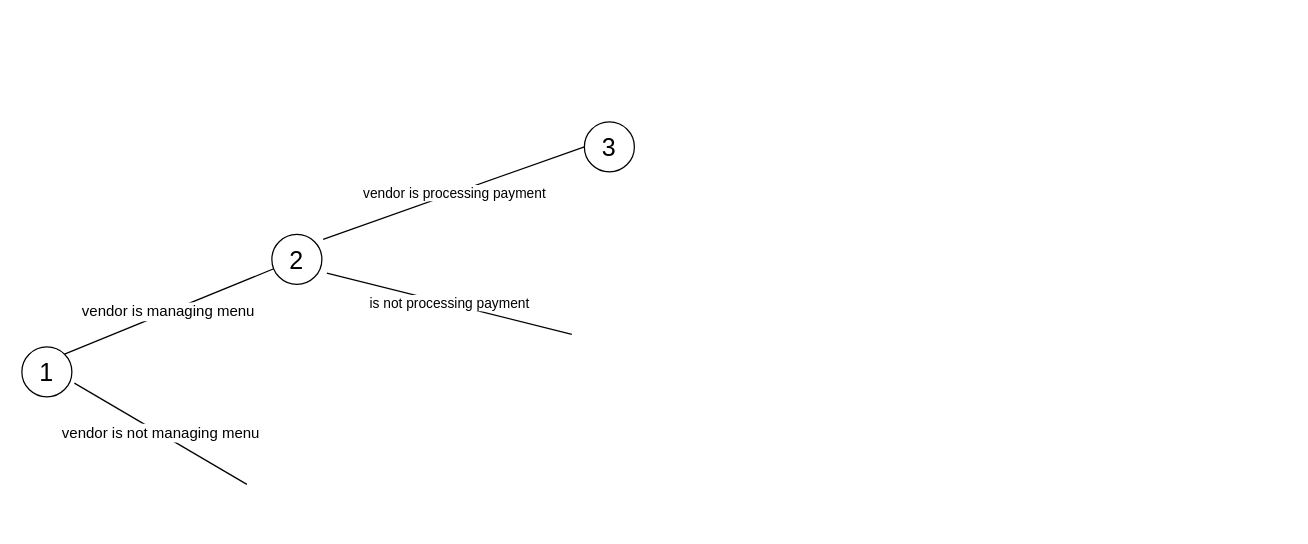
Eden344/project-work keeps this draw.io diagram as vendor Diagram.drawio. Above is the earlier version. Source tidied: cells renumbered, new cells numbered last; positions are measured from the earlier drawing's top-left corner, leaving out a move shared by most shapes. Both pictures are drawn from the tidied source at 125%, with x=0, y=0 at pixel (21, 121).
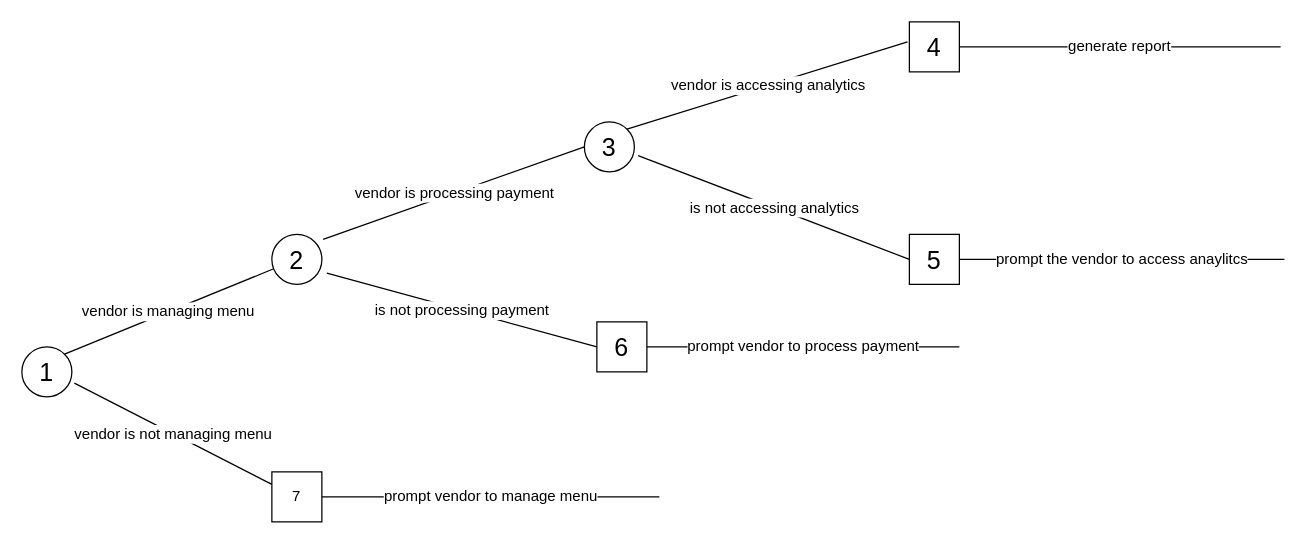
Above is the later version.

Unchanged cells that the change refers to:
```xml
<mxCell id="2" value="1" style="ellipse;whiteSpace=wrap;html=1;fontSize=20;" parent="1" vertex="1">
  <mxGeometry y="180" width="40" height="40" as="geometry" />
</mxCell>
<mxCell id="5" value="2" style="ellipse;whiteSpace=wrap;html=1;fontSize=20;" parent="1" vertex="1">
  <mxGeometry x="200" y="90" width="40" height="40" as="geometry" />
</mxCell>
<mxCell id="8" value="3" style="ellipse;whiteSpace=wrap;html=1;fontSize=20;" parent="1" vertex="1">
  <mxGeometry x="450" width="40" height="40" as="geometry" />
</mxCell>
```

The edit, as a diff of the source:
```diff
@@
-    <mxCell id="3" value="vendor is not managing menu" style="endArrow=none;html=1;rounded=0;exitX=1.05;exitY=0.725;exitDx=0;exitDy=0;exitPerimeter=0;fontSize=12;" parent="1" edge="1" source="2">
-      <mxGeometry relative="1" as="geometry">
-        <mxPoint x="180" y="290" as="targetPoint" />
-      </mxGeometry>
+    <mxCell id="3" value="vendor is not managing menu" style="endArrow=none;html=1;rounded=0;exitX=1.05;exitY=0.725;exitDx=0;exitDy=0;exitPerimeter=0;fontSize=12;entryX=0;entryY=0.25;entryDx=0;entryDy=0;" parent="1" edge="1" source="2" target="17">
+      <mxGeometry relative="1" as="geometry" />
     </mxCell>
@@
-    <mxCell id="6" value="is not processing payment" style="endArrow=none;html=1;rounded=0;exitX=1.1;exitY=0.775;exitDx=0;exitDy=0;exitPerimeter=0;" parent="1" edge="1" source="5">
-      <mxGeometry relative="1" as="geometry">
-        <mxPoint x="440" y="170" as="targetPoint" />
-      </mxGeometry>
+    <mxCell id="6" value="is not processing payment" style="endArrow=none;html=1;rounded=0;exitX=1.1;exitY=0.775;exitDx=0;exitDy=0;exitPerimeter=0;fontSize=12;entryX=0;entryY=0.5;entryDx=0;entryDy=0;" parent="1" edge="1" source="5" target="15">
+      <mxGeometry relative="1" as="geometry" />
     </mxCell>
-    <mxCell id="7" value="vendor is processing payment" style="endArrow=none;html=1;rounded=0;exitX=1.025;exitY=0.1;exitDx=0;exitDy=0;exitPerimeter=0;entryX=0;entryY=0.5;entryDx=0;entryDy=0;" parent="1" edge="1" source="5" target="8">
+    <mxCell id="7" value="vendor is processing payment" style="endArrow=none;html=1;rounded=0;exitX=1.025;exitY=0.1;exitDx=0;exitDy=0;exitPerimeter=0;entryX=0;entryY=0.5;entryDx=0;entryDy=0;fontSize=12;" parent="1" edge="1" source="5" target="8">
       <mxGeometry relative="1" as="geometry" />
     </mxCell>
@@
+    <mxCell id="9" value="is not accessing analytics" style="endArrow=none;html=1;rounded=0;entryX=1.075;entryY=0.675;entryDx=0;entryDy=0;entryPerimeter=0;fontSize=12;exitX=0;exitY=0.5;exitDx=0;exitDy=0;" parent="1" edge="1" source="13" target="8">
+      <mxGeometry relative="1" as="geometry" />
+    </mxCell>
+    <mxCell id="10" value="vendor is accessing analytics" style="endArrow=none;html=1;rounded=0;exitX=1;exitY=0;exitDx=0;exitDy=0;fontSize=12;entryX=-0.037;entryY=0.4;entryDx=0;entryDy=0;entryPerimeter=0;" parent="1" edge="1" source="8" target="11">
+      <mxGeometry relative="1" as="geometry" />
+    </mxCell>
+    <mxCell id="11" value="4" style="whiteSpace=wrap;html=1;fontSize=20;" parent="1" vertex="1">
+      <mxGeometry x="710" y="-80" width="40" height="40" as="geometry" />
+    </mxCell>
+    <mxCell id="12" value="generate report" style="endArrow=none;html=1;rounded=0;entryX=1;entryY=0.5;entryDx=0;entryDy=0;fontSize=12;" parent="1" edge="1" target="11">
+      <mxGeometry relative="1" as="geometry">
+        <mxPoint x="1007" y="-60" as="sourcePoint" />
+      </mxGeometry>
+    </mxCell>
+    <mxCell id="13" value="5" style="whiteSpace=wrap;html=1;fontSize=20;" parent="1" vertex="1">
+      <mxGeometry x="710" y="90" width="40" height="40" as="geometry" />
+    </mxCell>
+    <mxCell id="14" value="prompt the vendor to access anaylitcs" style="endArrow=none;html=1;rounded=0;exitX=1;exitY=0.5;exitDx=0;exitDy=0;fontSize=12;" parent="1" edge="1" source="13">
+      <mxGeometry relative="1" as="geometry">
+        <mxPoint x="1010" y="110" as="targetPoint" />
+      </mxGeometry>
+    </mxCell>
+    <mxCell id="15" value="6" style="whiteSpace=wrap;html=1;fontSize=20;" parent="1" vertex="1">
+      <mxGeometry x="460" y="160" width="40" height="40" as="geometry" />
+    </mxCell>
+    <mxCell id="16" value="prompt vendor to process payment " style="endArrow=none;html=1;rounded=0;exitX=1;exitY=0.5;exitDx=0;exitDy=0;fontSize=12;" parent="1" edge="1" source="15">
+      <mxGeometry relative="1" as="geometry">
+        <mxPoint x="750" y="180" as="targetPoint" />
+      </mxGeometry>
+    </mxCell>
+    <mxCell id="17" value="7" style="whiteSpace=wrap;html=1;" parent="1" vertex="1">
+      <mxGeometry x="200" y="280" width="40" height="40" as="geometry" />
+    </mxCell>
+    <mxCell id="18" value="prompt vendor to manage menu" style="endArrow=none;html=1;rounded=0;exitX=1;exitY=0.5;exitDx=0;exitDy=0;fontSize=12;" parent="1" edge="1" source="17">
+      <mxGeometry relative="1" as="geometry">
+        <mxPoint x="510" y="300" as="targetPoint" />
+      </mxGeometry>
+    </mxCell>
```
